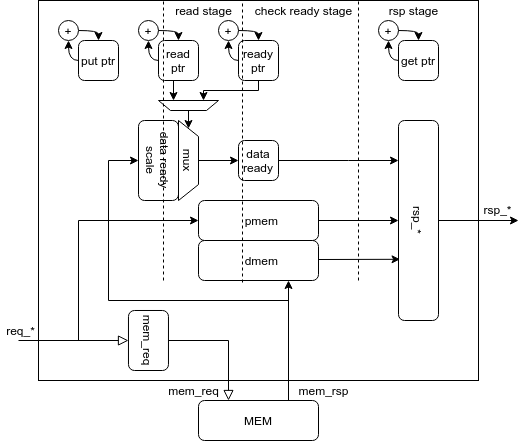
Above: doc/ROB.png in VeryBigNick/ROB (draw.io), before the change. Source tidied: cells renumbered, new cells last; positions are measured from the earlier drawing's top-left corner, leaving out a move shared by most shapes.
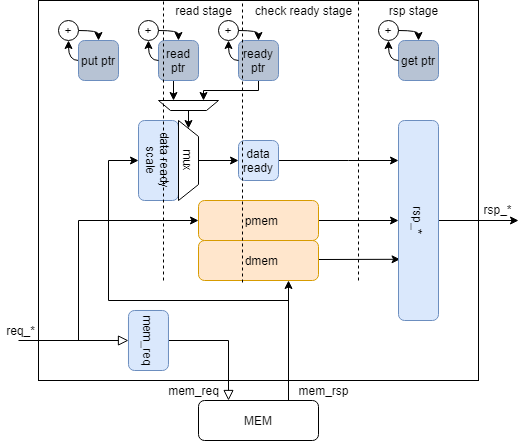
The same diagram one commit later.

Commit message:
Update scheme pic

Change to the diagram source:
```diff
@@ -16,7 +16,7 @@
         <mxPoint x="78" y="340" as="targetPoint" />
       </mxGeometry>
     </mxCell>
-    <mxCell id="6" value="&amp;nbsp; pmem" style="rounded=1;whiteSpace=wrap;html=1;fontSize=12;glass=0;strokeWidth=1;shadow=0;" parent="1" vertex="1">
+    <mxCell id="6" value="&amp;nbsp; pmem" style="rounded=1;whiteSpace=wrap;html=1;fontSize=12;glass=0;strokeWidth=1;shadow=0;fillColor=#ffe6cc;strokeColor=#d79b00;" parent="1" vertex="1">
       <mxGeometry x="198" y="200" width="120" height="40" as="geometry" />
     </mxCell>
     <mxCell id="7" style="edgeStyle=orthogonalEdgeStyle;rounded=0;jettySize=auto;html=1;exitX=0.75;exitY=0;exitDx=0;exitDy=0;entryX=0.75;entryY=1;entryDx=0;entryDy=0;" parent="1" edge="1" source="13" target="9">
@@ -27,13 +27,13 @@
         <mxPoint x="318" y="259" as="sourcePoint" />
       </mxGeometry>
     </mxCell>
-    <mxCell id="9" value="&amp;nbsp; dmem" style="rounded=1;whiteSpace=wrap;html=1;fontSize=12;glass=0;strokeWidth=1;shadow=0;" parent="1" vertex="1">
+    <mxCell id="9" value="&amp;nbsp; dmem" style="rounded=1;whiteSpace=wrap;html=1;fontSize=12;glass=0;strokeWidth=1;shadow=0;fillColor=#ffe6cc;strokeColor=#d79b00;" parent="1" vertex="1">
       <mxGeometry x="198" y="240" width="120" height="40" as="geometry" />
     </mxCell>
     <mxCell id="10" style="edgeStyle=orthogonalEdgeStyle;rounded=0;jettySize=auto;html=1;exitX=0;exitY=0.5;exitDx=0;exitDy=0;entryX=0.5;entryY=1;entryDx=0;entryDy=0;curved=1;" parent="1" edge="1" source="11" target="29">
       <mxGeometry relative="1" as="geometry" />
     </mxCell>
-    <mxCell id="11" value="put ptr" style="rounded=1;whiteSpace=wrap;html=1;fontSize=12;glass=0;strokeWidth=1;shadow=0;" parent="1" vertex="1">
+    <mxCell id="11" value="put ptr" style="rounded=1;whiteSpace=wrap;html=1;fontSize=12;glass=0;strokeWidth=1;shadow=0;fillColor=#B7C3D4;strokeColor=#6c8ebf;" parent="1" vertex="1">
       <mxGeometry x="78" y="40" width="40" height="40" as="geometry" />
     </mxCell>
     <mxCell id="12" style="edgeStyle=orthogonalEdgeStyle;rounded=0;jettySize=auto;html=1;entryX=0.5;entryY=1;entryDx=0;entryDy=0;" parent="1" edge="1" target="21">
@@ -49,7 +49,7 @@
     <mxCell id="13" value="MEM" style="rounded=1;whiteSpace=wrap;html=1;fontSize=12;glass=0;strokeWidth=1;shadow=0;" parent="1" vertex="1">
       <mxGeometry x="198" y="400" width="120" height="40" as="geometry" />
     </mxCell>
-    <mxCell id="14" value="get ptr" style="rounded=1;whiteSpace=wrap;html=1;fontSize=12;glass=0;strokeWidth=1;shadow=0;" parent="1" vertex="1">
+    <mxCell id="14" value="get ptr" style="rounded=1;whiteSpace=wrap;html=1;fontSize=12;glass=0;strokeWidth=1;shadow=0;fillColor=#B7C3D4;strokeColor=#6c8ebf;" parent="1" vertex="1">
       <mxGeometry x="398" y="40" width="40" height="40" as="geometry" />
     </mxCell>
     <mxCell id="15" style="edgeStyle=orthogonalEdgeStyle;rounded=0;jettySize=auto;html=1;exitX=0.5;exitY=1;exitDx=0;exitDy=0;entryX=0.25;entryY=1;entryDx=0;entryDy=0;" parent="1" edge="1" source="16" target="27">
@@ -60,13 +60,13 @@
         </Array>
       </mxGeometry>
     </mxCell>
-    <mxCell id="16" value="ready ptr" style="rounded=1;whiteSpace=wrap;html=1;fontSize=12;glass=0;strokeWidth=1;shadow=0;" parent="1" vertex="1">
+    <mxCell id="16" value="ready ptr" style="rounded=1;whiteSpace=wrap;html=1;fontSize=12;glass=0;strokeWidth=1;shadow=0;fillColor=#B7C3D4;strokeColor=#6c8ebf;" parent="1" vertex="1">
       <mxGeometry x="238" y="40" width="40" height="40" as="geometry" />
     </mxCell>
     <mxCell id="17" style="edgeStyle=orthogonalEdgeStyle;rounded=0;jettySize=auto;html=1;exitX=0.5;exitY=1;exitDx=0;exitDy=0;entryX=0.75;entryY=1;entryDx=0;entryDy=0;" parent="1" edge="1" source="18" target="27">
       <mxGeometry relative="1" as="geometry" />
     </mxCell>
-    <mxCell id="18" value="read ptr" style="rounded=1;whiteSpace=wrap;html=1;fontSize=12;glass=0;strokeWidth=1;shadow=0;" parent="1" vertex="1">
+    <mxCell id="18" value="read ptr" style="rounded=1;whiteSpace=wrap;html=1;fontSize=12;glass=0;strokeWidth=1;shadow=0;fillColor=#B7C3D4;strokeColor=#6c8ebf;" parent="1" vertex="1">
       <mxGeometry x="158" y="40" width="40" height="40" as="geometry" />
     </mxCell>
     <mxCell id="19" style="edgeStyle=orthogonalEdgeStyle;rounded=0;jettySize=auto;html=1;exitX=0.5;exitY=0;exitDx=0;exitDy=0;startArrow=none;startFill=0;endArrow=classic;endFill=1;" parent="1" edge="1" source="20">
@@ -74,10 +74,10 @@
         <mxPoint x="518" y="220" as="targetPoint" />
       </mxGeometry>
     </mxCell>
-    <mxCell id="20" value="rsp_*" style="rounded=1;whiteSpace=wrap;html=1;fontSize=12;glass=0;strokeWidth=1;shadow=0;rotation=90;" parent="1" vertex="1">
+    <mxCell id="20" value="rsp_*" style="rounded=1;whiteSpace=wrap;html=1;fontSize=12;glass=0;strokeWidth=1;shadow=0;rotation=90;fillColor=#dae8fc;strokeColor=#6c8ebf;" parent="1" vertex="1">
       <mxGeometry x="318" y="200" width="200" height="40" as="geometry" />
     </mxCell>
-    <mxCell id="21" value="data ready scale" style="rounded=1;whiteSpace=wrap;html=1;fontSize=12;glass=0;strokeWidth=1;shadow=0;rotation=90;" parent="1" vertex="1">
+    <mxCell id="21" value="data ready scale" style="rounded=1;whiteSpace=wrap;html=1;fontSize=12;glass=0;strokeWidth=1;shadow=0;rotation=90;fillColor=#dae8fc;strokeColor=#6c8ebf;" parent="1" vertex="1">
       <mxGeometry x="118" y="140" width="80" height="40" as="geometry" />
     </mxCell>
     <mxCell id="22" style="edgeStyle=orthogonalEdgeStyle;rounded=0;jettySize=auto;html=1;exitX=1;exitY=0.5;exitDx=0;exitDy=0;startArrow=none;startFill=0;endArrow=classic;endFill=1;" parent="1" edge="1" source="23">
@@ -89,7 +89,7 @@
         </Array>
       </mxGeometry>
     </mxCell>
-    <mxCell id="23" value="data ready" style="rounded=1;whiteSpace=wrap;html=1;fontSize=12;glass=0;strokeWidth=1;shadow=0;" parent="1" vertex="1">
+    <mxCell id="23" value="data ready" style="rounded=1;whiteSpace=wrap;html=1;fontSize=12;glass=0;strokeWidth=1;shadow=0;fillColor=#dae8fc;strokeColor=#6c8ebf;" parent="1" vertex="1">
       <mxGeometry x="238" y="140" width="40" height="40" as="geometry" />
     </mxCell>
     <mxCell id="24" style="edgeStyle=orthogonalEdgeStyle;rounded=0;jettySize=auto;html=1;exitX=0.5;exitY=0;exitDx=0;exitDy=0;entryX=0;entryY=0.5;entryDx=0;entryDy=0;" parent="1" edge="1" source="25" target="23">
@@ -149,7 +149,7 @@
         <mxPoint x="418" y="40" as="targetPoint" />
       </mxGeometry>
     </mxCell>
-    <mxCell id="39" value="mem_req" style="rounded=1;whiteSpace=wrap;html=1;fontSize=12;glass=0;strokeWidth=1;shadow=0;rotation=90;" parent="1" vertex="1">
+    <mxCell id="39" value="mem_req" style="rounded=1;whiteSpace=wrap;html=1;fontSize=12;glass=0;strokeWidth=1;shadow=0;rotation=90;fillColor=#dae8fc;strokeColor=#6c8ebf;" parent="1" vertex="1">
       <mxGeometry x="118" y="320" width="60" height="40" as="geometry" />
     </mxCell>
     <mxCell id="40" style="rounded=0;html=1;jettySize=auto;fontSize=11;endArrow=block;endFill=0;endSize=8;strokeWidth=1;shadow=0;labelBackgroundColor=none;edgeStyle=orthogonalEdgeStyle;entryX=0.5;entryY=1;entryDx=0;entryDy=0;" parent="1" edge="1" target="39">
```
